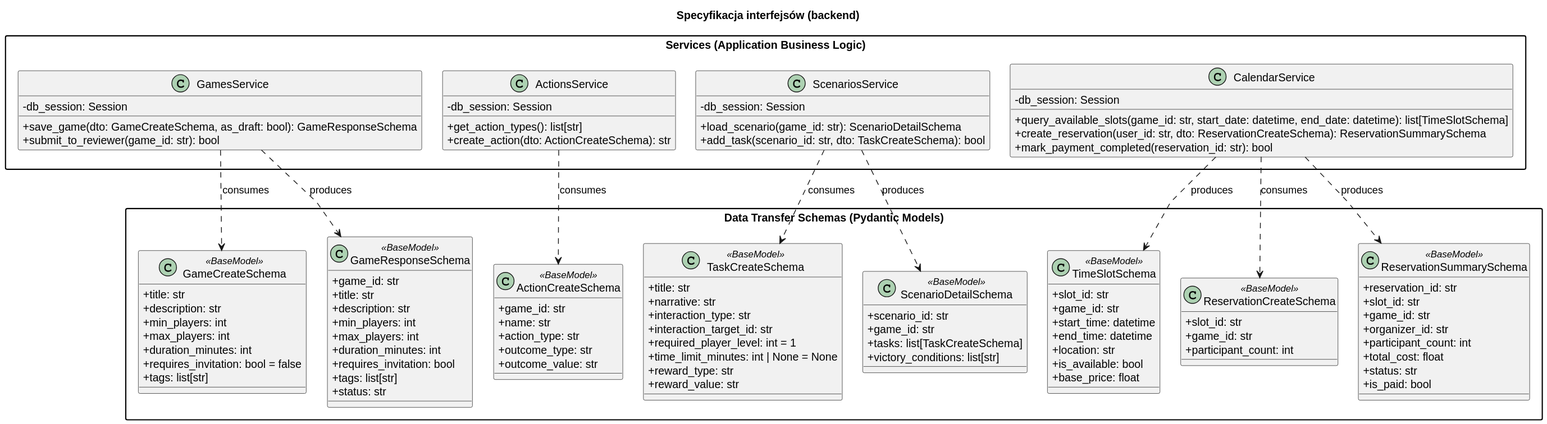
This is diagrams/backend/rendered/interfaces.svg from Igor-Ochocki/POP-2026Z, a PlantUML export, as it was before one commit.
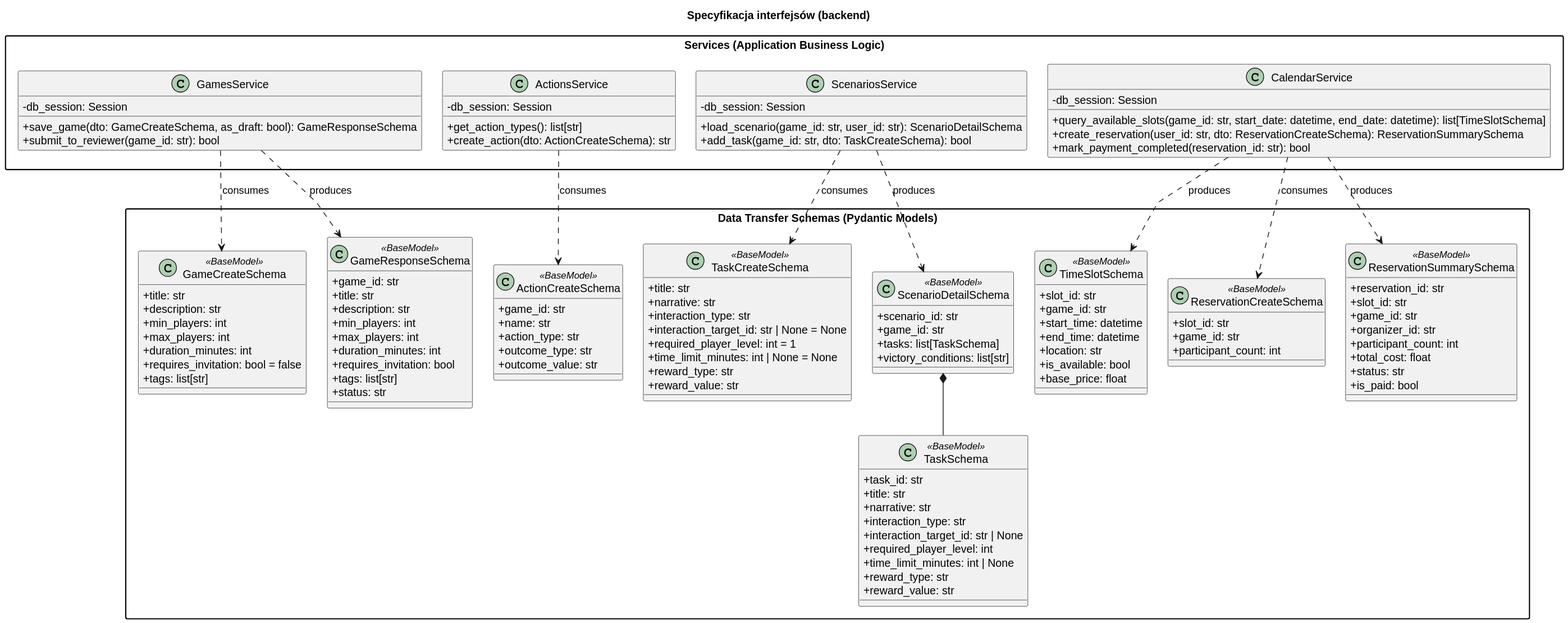
The same file after the commit.

Change to the diagram source:
```diff
@@ -44,9 +44,21 @@
         + title: str
         + narrative: str
         + interaction_type: str
-        + interaction_target_id: str
+        + interaction_target_id: str | None = None
         + required_player_level: int = 1
         + time_limit_minutes: int | None = None
+        + reward_type: str
+        + reward_value: str
+    }
+
+    class TaskSchema <<BaseModel>> {
+        + task_id: str
+        + title: str
+        + narrative: str
+        + interaction_type: str
+        + interaction_target_id: str | None
+        + required_player_level: int
+        + time_limit_minutes: int | None
         + reward_type: str
         + reward_value: str
     }
@@ -54,7 +66,7 @@
     class ScenarioDetailSchema <<BaseModel>> {
         + scenario_id: str
         + game_id: str
-        + tasks: list[TaskCreateSchema]
+        + tasks: list[TaskSchema]
         + victory_conditions: list[str]
     }
 
@@ -101,8 +113,8 @@
 
     class ScenariosService {
         - db_session: Session
-        + load_scenario(game_id: str): ScenarioDetailSchema
-        + add_task(scenario_id: str, dto: TaskCreateSchema): bool
+        + load_scenario(game_id: str, user_id: str): ScenarioDetailSchema
+        + add_task(game_id: str, dto: TaskCreateSchema): bool
     }
 
     class CalendarService {
@@ -117,6 +129,7 @@
 GamesService ..> GameResponseSchema : produces
 ActionsService ..> ActionCreateSchema : consumes
 ScenariosService ..> ScenarioDetailSchema : produces
+ScenarioDetailSchema *-- TaskSchema
 ScenariosService ..> TaskCreateSchema : consumes
 CalendarService ..> TimeSlotSchema : produces
 CalendarService ..> ReservationCreateSchema : consumes
```
